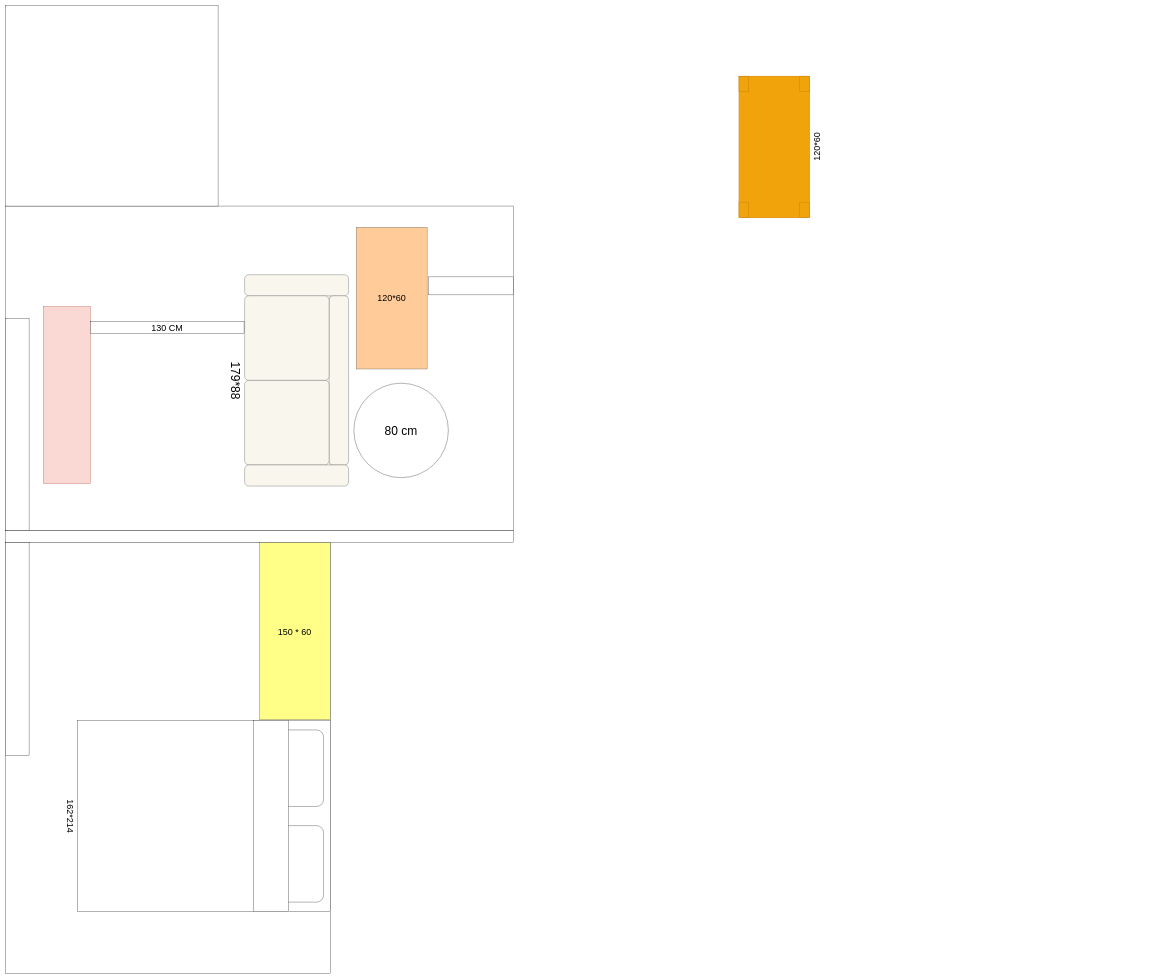
Above: src/components/Untitled Diagram.drawio in laughingstocK/test_todolist (draw.io), before the change. Source tidied: cells renumbered, new cells numbered last; positions are measured from the earlier drawing's top-left corner, leaving out a move shared by most shapes. Both pictures are drawn from the tidied source at 30%, with x=0, y=0 at pixel (-48, 5).
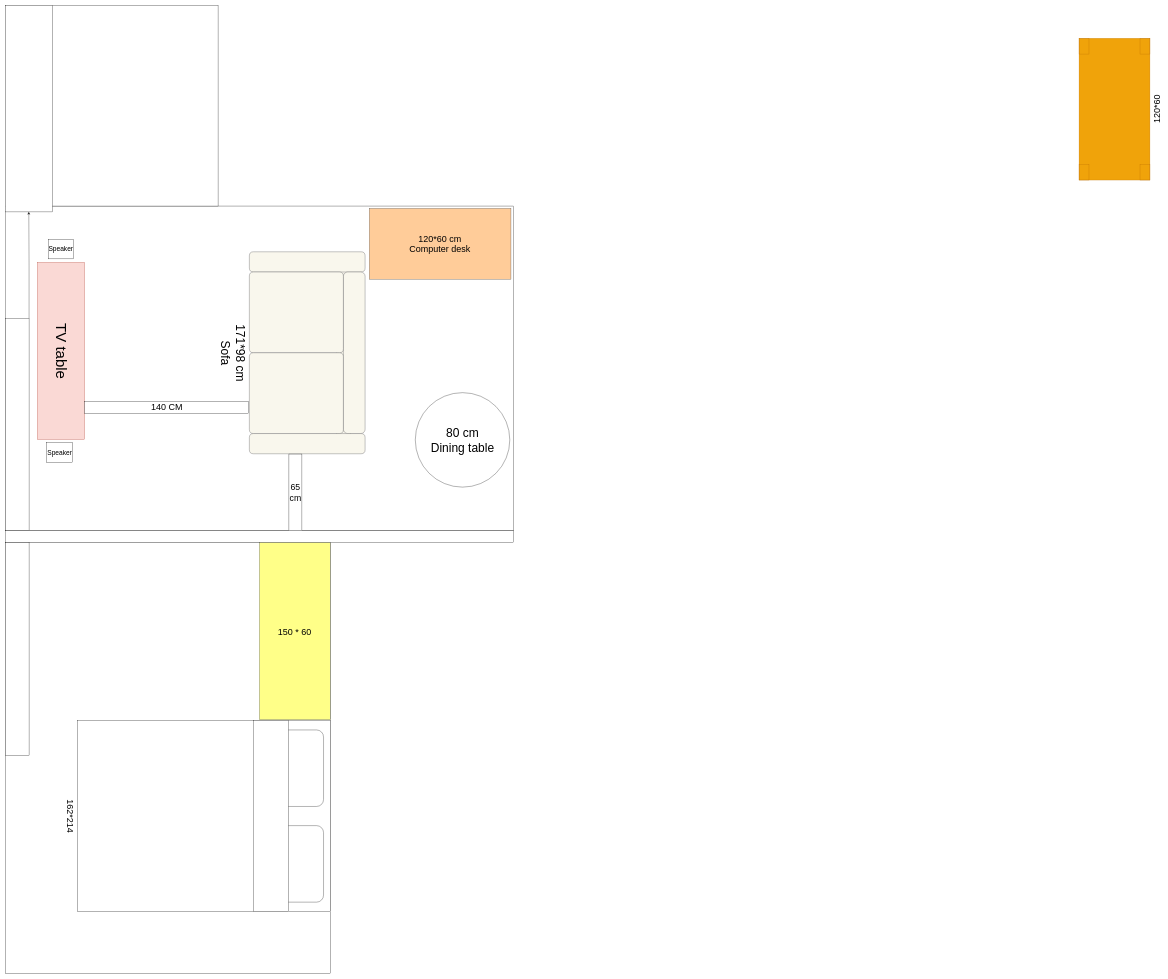
After the change.

Unchanged cells that the change refers to:
```xml
<mxCell id="5" style="rounded=0;whiteSpace=wrap;html=1;" parent="1" vertex="1">
  <mxGeometry x="176.7" y="1043.3" width="78.7" height="708.6" as="geometry" />
</mxCell>
```

Change to the diagram source:
```diff
@@
+    <mxCell id="17" style="edgeStyle=orthogonalEdgeStyle;rounded=0;jettySize=auto;html=1;exitX=1;exitY=0;exitDx=0;exitDy=0;entryX=0.5;entryY=1;entryDx=0;entryDy=0;" parent="1" edge="1" source="5" target="18">
+      <mxGeometry relative="1" as="geometry" />
+    </mxCell>
@@
-    <mxCell id="8" value="&lt;font style=&quot;font-size: 30px;&quot;&gt;12&lt;/font&gt;&lt;span style=&quot;font-size: 30px; background-color: initial;&quot;&gt;0*60&lt;/span&gt;" style="rounded=0;whiteSpace=wrap;html=1;fillColor=#ffcc99;strokeColor=#36393d;" parent="1" vertex="1">
-      <mxGeometry x="1346" y="740.1" width="236.2" height="472.4" as="geometry" />
+    <mxCell id="8" value="&lt;font style=&quot;font-size: 30px;&quot;&gt;12&lt;/font&gt;&lt;span style=&quot;font-size: 30px; background-color: initial;&quot;&gt;0*60 cm&lt;/span&gt;&lt;div&gt;&lt;span style=&quot;font-size: 30px;&quot;&gt;Computer desk&lt;/span&gt;&lt;/div&gt;" style="rounded=0;whiteSpace=wrap;html=1;fillColor=#ffcc99;strokeColor=#36393d;rotation=0;direction=south;" parent="1" vertex="1">
+      <mxGeometry x="1389.3" y="677.1" width="472.4" height="236.2" as="geometry" />
     </mxCell>
-    <mxCell id="9" style="rounded=0;whiteSpace=wrap;html=1;rotation=90;fillColor=#fad9d5;strokeColor=#ae4132;" parent="1" vertex="1">
-      <mxGeometry x="86.1" y="1220.4" width="590.5" height="157.5" as="geometry" />
+    <mxCell id="9" value="&lt;font style=&quot;font-size: 50px;&quot;&gt;TV table&lt;/font&gt;" style="rounded=0;whiteSpace=wrap;html=1;rotation=90;fillColor=#fad9d5;strokeColor=#ae4132;" parent="1" vertex="1">
+      <mxGeometry x="66.5" y="1073.5" width="590.5" height="157.5" as="geometry" />
     </mxCell>
-    <mxCell id="10" value="&lt;font style=&quot;font-size: 40px;&quot;&gt;179*88&lt;/font&gt;" style="verticalLabelPosition=bottom;html=1;verticalAlign=top;align=center;shape=mxgraph.floorplan.couch;rotation=90;fillColor=#f9f7ed;strokeColor=#36393d;" parent="1" vertex="1">
-      <mxGeometry x="794.8" y="1077.2" width="704.7" height="346.5" as="geometry" />
+    <mxCell id="10" value="&lt;font style=&quot;font-size: 40px;&quot;&gt;171*98 cm&lt;/font&gt;&lt;div&gt;&lt;font style=&quot;font-size: 40px;&quot;&gt;Sofa&lt;/font&gt;&lt;/div&gt;" style="verticalLabelPosition=bottom;html=1;verticalAlign=top;align=center;shape=mxgraph.floorplan.couch;rotation=90;fillColor=#f9f7ed;strokeColor=#36393d;direction=east;" parent="1" vertex="1">
+      <mxGeometry x="846" y="965.5" width="673.2" height="385.8" as="geometry" />
     </mxCell>
     <mxCell id="11" value="&lt;font style=&quot;font-size: 30px;&quot;&gt;120*60&lt;/font&gt;" style="verticalLabelPosition=bottom;html=1;verticalAlign=top;align=center;shape=mxgraph.floorplan.table;fillColor=#f0a30a;fontColor=#000000;strokeColor=#BD7000;rotation=-90;" parent="1" vertex="1">
-      <mxGeometry x="2503.5" y="354.3" width="472.4" height="236.2" as="geometry" />
+      <mxGeometry x="3637.3" y="228.3" width="472.4" height="236.2" as="geometry" />
     </mxCell>
-    <mxCell id="12" value="&lt;font style=&quot;font-size: 30px;&quot;&gt;13&lt;/font&gt;&lt;span style=&quot;font-size: 30px; background-color: initial;&quot;&gt;0 CM&lt;/span&gt;" style="rounded=0;whiteSpace=wrap;html=1;" parent="1" vertex="1">
-      <mxGeometry x="460.2" y="1055.1" width="511.8" height="39.4" as="geometry" />
+    <mxCell id="12" value="&lt;font style=&quot;font-size: 30px;&quot;&gt;140&lt;/font&gt;&lt;span style=&quot;font-size: 30px; background-color: initial;&quot;&gt;&amp;nbsp;CM&lt;/span&gt;" style="rounded=0;whiteSpace=wrap;html=1;" parent="1" vertex="1">
+      <mxGeometry x="440.5" y="1320.6" width="547.2" height="39.4" as="geometry" />
     </mxCell>
@@
-    <mxCell id="15" value="&lt;font style=&quot;font-size: 40px;&quot;&gt;80 cm&lt;/font&gt;" style="ellipse;whiteSpace=wrap;html=1;" parent="1" vertex="1">
-      <mxGeometry x="1338.1" y="1259.8" width="315" height="315" as="geometry" />
+    <mxCell id="15" value="&lt;font style=&quot;font-size: 40px;&quot;&gt;80 cm&lt;/font&gt;&lt;div&gt;&lt;font style=&quot;font-size: 40px;&quot;&gt;Dining table&lt;/font&gt;&lt;/div&gt;" style="ellipse;whiteSpace=wrap;html=1;" parent="1" vertex="1">
+      <mxGeometry x="1542.8" y="1291.3" width="315" height="315" as="geometry" />
     </mxCell>
-    <mxCell id="16" style="rounded=0;whiteSpace=wrap;html=1;" parent="1" vertex="1">
-      <mxGeometry x="1586.2" y="905.5" width="283.5" height="60" as="geometry" />
-    </mxCell>
+    <mxCell id="18" style="rounded=0;whiteSpace=wrap;html=1;" parent="1" vertex="1">
+      <mxGeometry x="175.7" y="-0.1" width="157.5" height="689" as="geometry" />
+    </mxCell>
+    <mxCell id="19" value="&lt;font style=&quot;font-size: 29px;&quot;&gt;65&lt;/font&gt;&lt;div&gt;&lt;span style=&quot;font-size: 29px; background-color: initial;&quot;&gt;cm&lt;/span&gt;&lt;/div&gt;" style="rounded=0;whiteSpace=wrap;html=1;" parent="1" vertex="1">
+      <mxGeometry x="1121.6" y="1496" width="43.3" height="255.9" as="geometry" />
+    </mxCell>
+    <mxCell id="20" value="&lt;font style=&quot;font-size: 22px;&quot;&gt;Speaker&lt;/font&gt;" style="rounded=0;whiteSpace=wrap;html=1;" parent="1" vertex="1">
+      <mxGeometry x="319.4" y="780.4" width="84.6" height="65" as="geometry" />
+    </mxCell>
+    <mxCell id="21" value="&lt;font style=&quot;font-size: 22px;&quot;&gt;Speaker&lt;/font&gt;" style="rounded=0;whiteSpace=wrap;html=1;" parent="1" vertex="1">
+      <mxGeometry x="314.5" y="1458" width="84.6" height="65" as="geometry" />
+    </mxCell>
```
